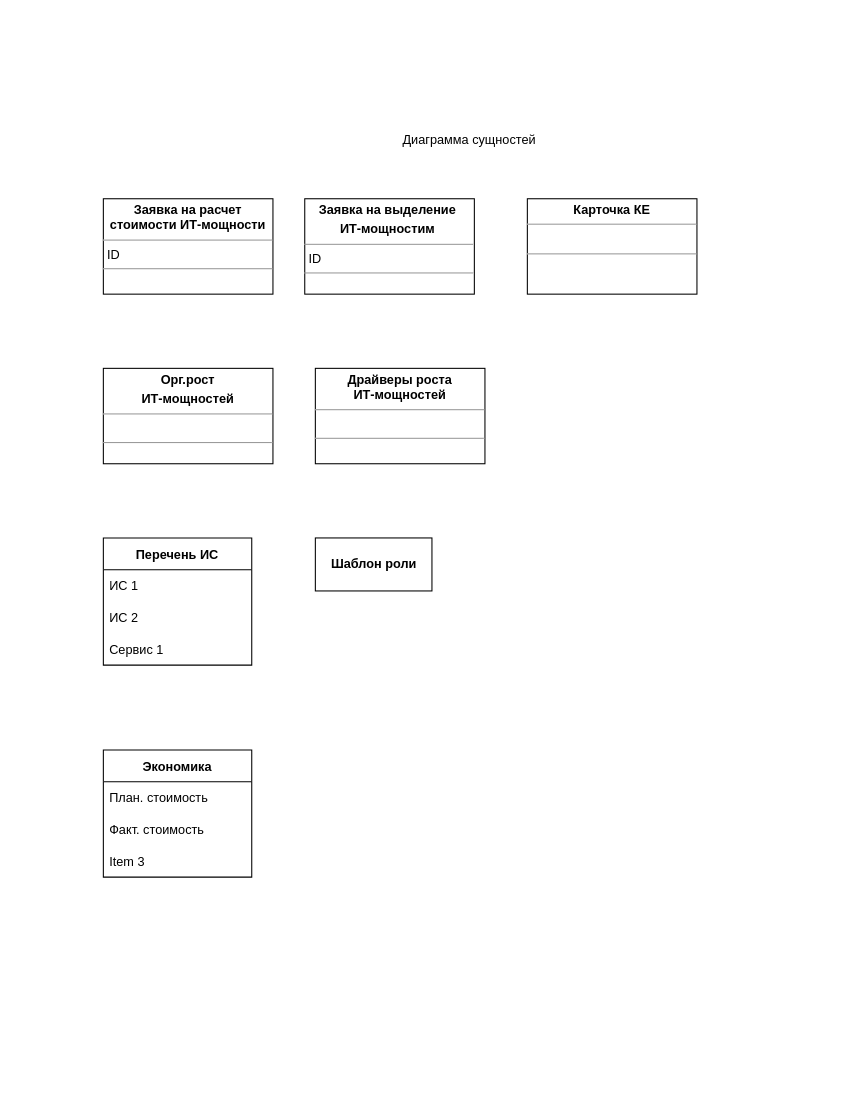
Tonop/X5 keeps this draw.io diagram as Class.drawio. Above is the earlier version. Source tidied: cells renumbered, new cells numbered last; positions are measured from the earlier drawing's top-left corner, leaving out a move shared by most shapes. Both pictures are drawn from the tidied source at 106%, with x=0, y=0 at pixel (103, 124).
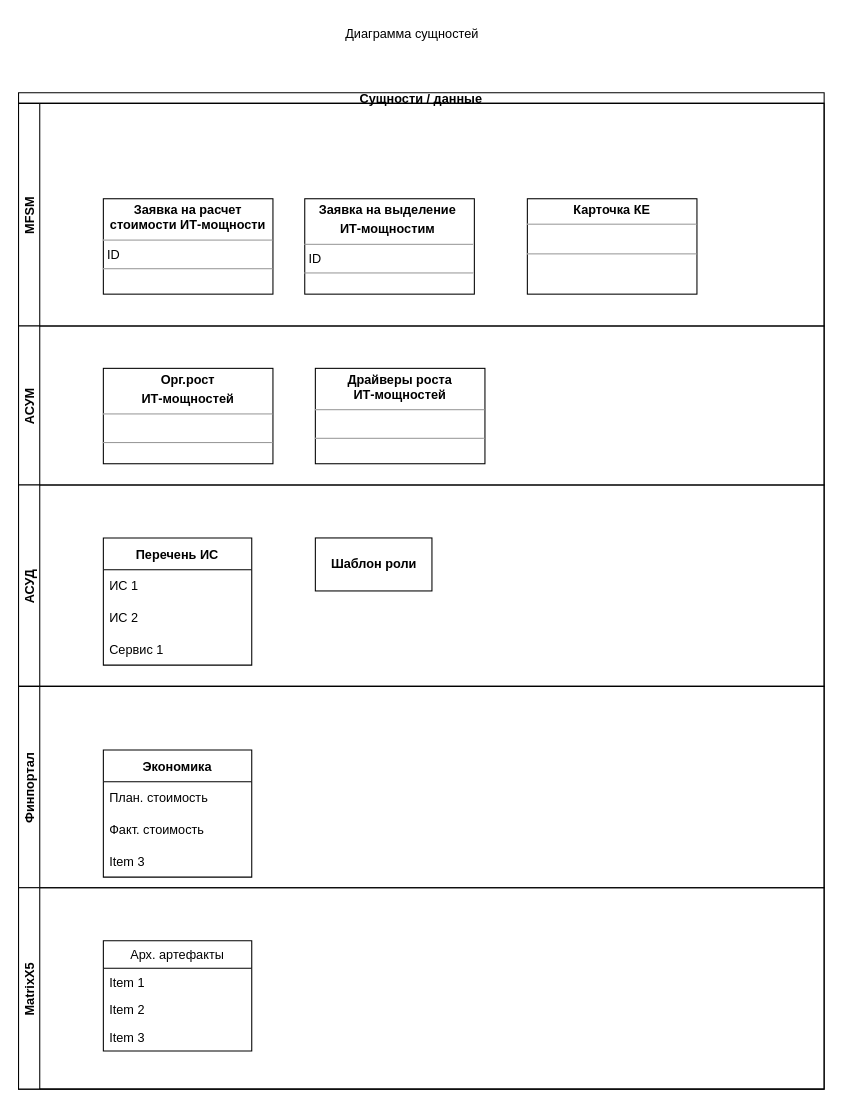
The same diagram, later.

What changed in the source:
```diff
@@
     <mxCell id="2" value="Диаграмма сущностей" style="text;html=1;align=center;verticalAlign=middle;fillColor=none;strokeColor=none;rounded=0;" parent="1" vertex="1">
-      <mxGeometry x="270" width="150" height="30" as="geometry" />
+      <mxGeometry x="216" y="-100" width="150" height="30" as="geometry" />
     </mxCell>
@@
+    <mxCell id="17" value="Сущности / данные" style="swimlane;horizontal=1;startSize=10;" parent="1" vertex="1">
+      <mxGeometry x="-80" y="-30" width="760" height="940" as="geometry" />
+    </mxCell>
+    <mxCell id="18" value="MFSM" style="swimlane;startSize=20;horizontal=0;" parent="17" vertex="1">
+      <mxGeometry y="10" width="760" height="210" as="geometry" />
+    </mxCell>
+    <mxCell id="19" value="АСУМ" style="swimlane;startSize=20;horizontal=0;" parent="17" vertex="1">
+      <mxGeometry y="220" width="760" height="150" as="geometry" />
+    </mxCell>
+    <mxCell id="20" value="АСУД" style="swimlane;startSize=20;horizontal=0;" parent="17" vertex="1">
+      <mxGeometry y="370" width="760" height="190" as="geometry" />
+    </mxCell>
+    <mxCell id="21" value="Финпортал" style="swimlane;startSize=20;horizontal=0;" parent="17" vertex="1">
+      <mxGeometry y="560" width="760" height="190" as="geometry" />
+    </mxCell>
+    <mxCell id="22" value="MatrixX5" style="swimlane;startSize=20;horizontal=0;" parent="17" vertex="1">
+      <mxGeometry y="750" width="760" height="190" as="geometry" />
+    </mxCell>
+    <mxCell id="23" value="Арх. артефакты" style="swimlane;fontStyle=0;horizontal=1;startSize=26;fillColor=none;" parent="22" vertex="1">
+      <mxGeometry x="80" y="50" width="140" height="104" as="geometry" />
+    </mxCell>
+    <mxCell id="24" value="Item 1" style="text;strokeColor=none;fillColor=none;align=left;verticalAlign=top;spacingLeft=4;spacingRight=4;overflow=hidden;" parent="23" vertex="1">
+      <mxGeometry y="26" width="140" height="26" as="geometry" />
+    </mxCell>
+    <mxCell id="25" value="Item 2" style="text;strokeColor=none;fillColor=none;align=left;verticalAlign=top;spacingLeft=4;spacingRight=4;overflow=hidden;" parent="23" vertex="1">
+      <mxGeometry y="52" width="140" height="26" as="geometry" />
+    </mxCell>
+    <mxCell id="26" value="Item 3" style="text;strokeColor=none;fillColor=none;align=left;verticalAlign=top;spacingLeft=4;spacingRight=4;overflow=hidden;" parent="23" vertex="1">
+      <mxGeometry y="78" width="140" height="26" as="geometry" />
+    </mxCell>
```
